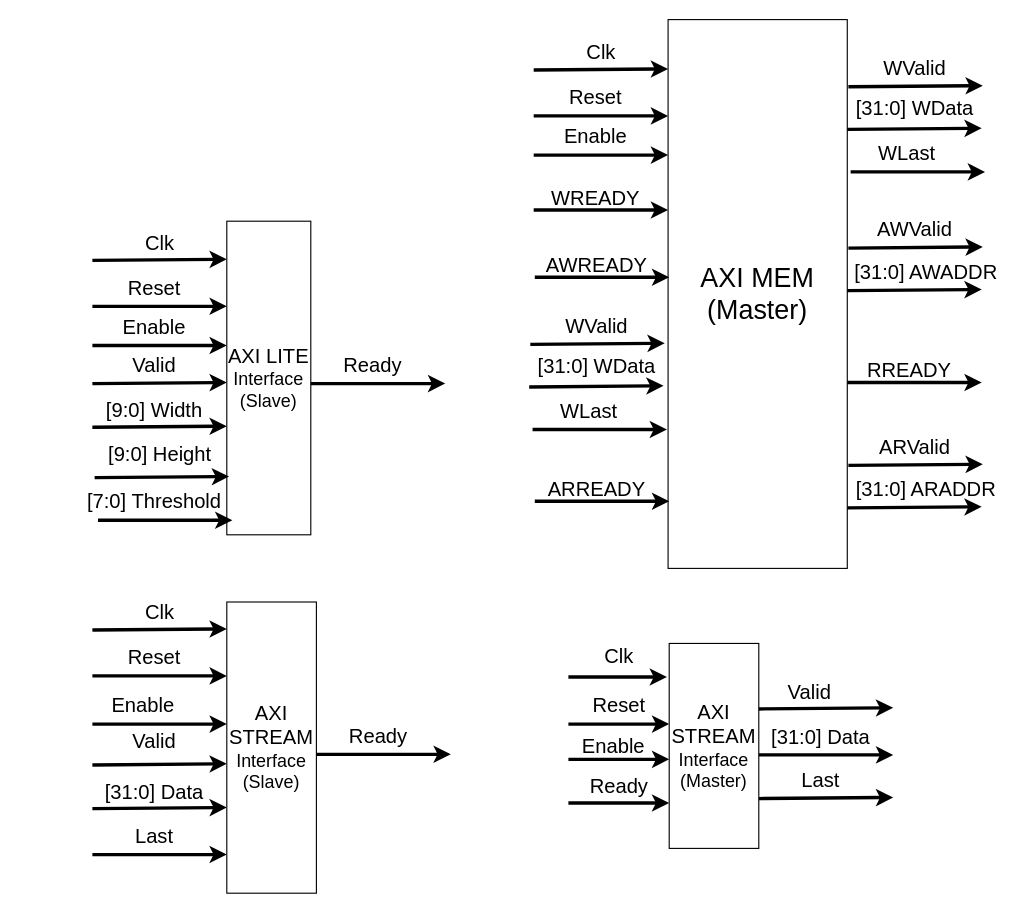
sabarioded/Hardware_for_Digital_Video_Motion_Detector keeps this draw.io diagram as drawings/AXI.drawio. Above is the earlier version. Source tidied: cells renumbered, new cells numbered last; positions are measured from the earlier drawing's top-left corner, leaving out a move shared by most shapes. Both pictures are drawn from the tidied source at 112%, with x=0, y=0 at pixel (75, 19).
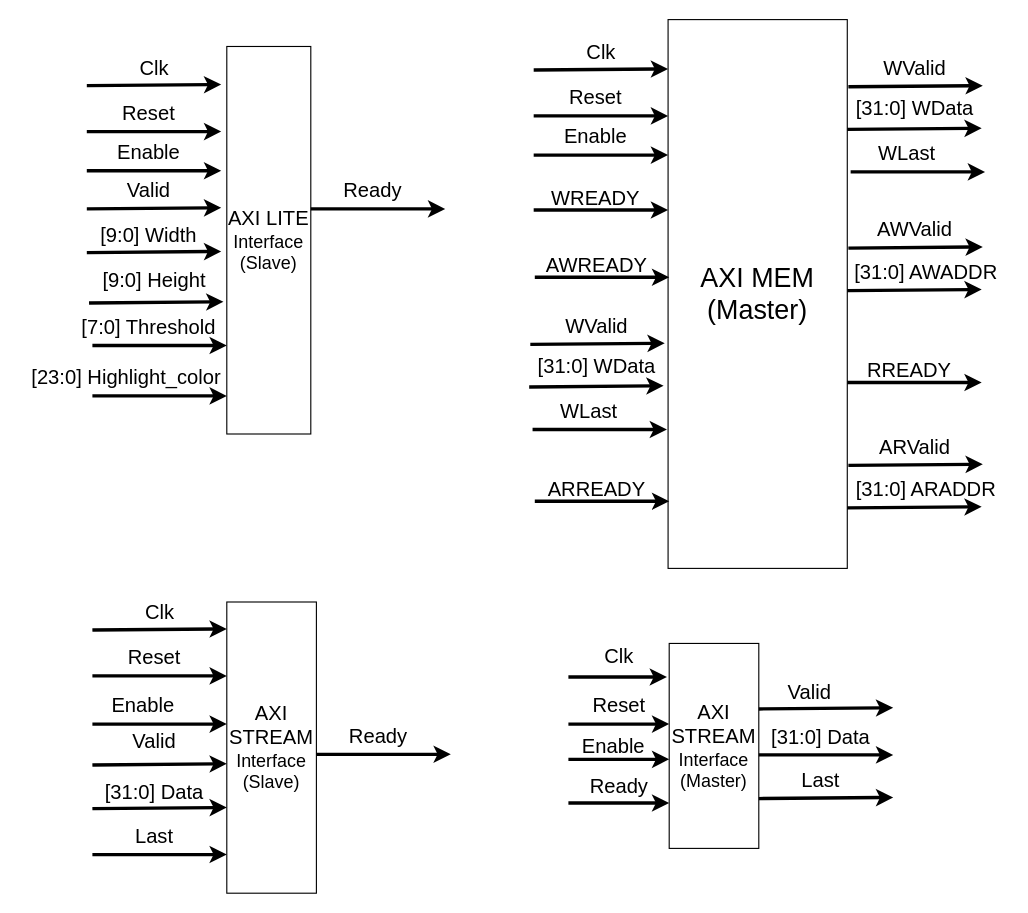
Above is the later version.

Change to the diagram source:
```diff
@@
     <mxCell id="3" value="&lt;font style=&quot;font-size: 18px;&quot;&gt;AXI LITE&lt;/font&gt;&lt;div&gt;&lt;font size=&quot;3&quot;&gt;Interface&lt;/font&gt;&lt;/div&gt;&lt;div&gt;&lt;font size=&quot;3&quot;&gt;(Slave)&lt;/font&gt;&lt;/div&gt;" style="whiteSpace=wrap;html=1;" parent="1" vertex="1">
-      <mxGeometry x="135" y="180" width="75" height="280" as="geometry" />
+      <mxGeometry x="135" y="24" width="75" height="346" as="geometry" />
     </mxCell>
@@
     <mxCell id="30" style="endArrow=classic;html=1;rounded=0;strokeWidth=3;" parent="1" edge="1">
       <mxGeometry relative="1" as="geometry">
-        <mxPoint x="15" y="215" as="sourcePoint" />
-        <mxPoint x="135" y="214" as="targetPoint" />
+        <mxPoint x="10" y="59" as="sourcePoint" />
+        <mxPoint x="130" y="58" as="targetPoint" />
       </mxGeometry>
     </mxCell>
     <mxCell id="31" value="&lt;font style=&quot;font-size: 18px;&quot;&gt;Clk&lt;/font&gt;" style="text;html=1;align=center;verticalAlign=middle;strokeColor=none;fillColor=none;" parent="1" vertex="1">
-      <mxGeometry x="50" y="180" width="50" height="40" as="geometry" />
+      <mxGeometry x="45" y="24" width="50" height="40" as="geometry" />
     </mxCell>
     <mxCell id="32" style="endArrow=classic;html=1;rounded=0;strokeWidth=3;" parent="1" edge="1">
       <mxGeometry relative="1" as="geometry">
-        <mxPoint x="15" y="256" as="sourcePoint" />
-        <mxPoint x="135" y="256" as="targetPoint" />
+        <mxPoint x="10" y="100" as="sourcePoint" />
+        <mxPoint x="130" y="100" as="targetPoint" />
       </mxGeometry>
     </mxCell>
     <mxCell id="33" value="&lt;span style=&quot;font-size: 18px;&quot;&gt;Reset&lt;/span&gt;" style="text;html=1;align=center;verticalAlign=middle;strokeColor=none;fillColor=none;" parent="1" vertex="1">
-      <mxGeometry x="35" y="220" width="70" height="40" as="geometry" />
+      <mxGeometry x="30" y="64" width="70" height="40" as="geometry" />
     </mxCell>
     <mxCell id="34" style="endArrow=classic;html=1;rounded=0;strokeWidth=3;" parent="1" edge="1">
       <mxGeometry relative="1" as="geometry">
-        <mxPoint x="15" y="325" as="sourcePoint" />
-        <mxPoint x="135" y="324" as="targetPoint" />
+        <mxPoint x="10" y="169" as="sourcePoint" />
+        <mxPoint x="130" y="168" as="targetPoint" />
       </mxGeometry>
     </mxCell>
     <mxCell id="35" value="&lt;font style=&quot;font-size: 18px;&quot;&gt;Valid&lt;/font&gt;" style="text;html=1;align=center;verticalAlign=middle;strokeColor=none;fillColor=none;" parent="1" vertex="1">
-      <mxGeometry x="40" y="289" width="60" height="40" as="geometry" />
+      <mxGeometry x="35" y="133" width="60" height="40" as="geometry" />
     </mxCell>
     <mxCell id="36" style="endArrow=classic;html=1;rounded=0;strokeWidth=3;" parent="1" edge="1">
       <mxGeometry relative="1" as="geometry">
-        <mxPoint x="15" y="364" as="sourcePoint" />
-        <mxPoint x="135" y="363" as="targetPoint" />
+        <mxPoint x="10" y="208" as="sourcePoint" />
+        <mxPoint x="130" y="207" as="targetPoint" />
       </mxGeometry>
     </mxCell>
     <mxCell id="37" value="&lt;span style=&quot;font-size: 18px;&quot;&gt;[9:0] Width&lt;/span&gt;" style="text;html=1;align=center;verticalAlign=middle;strokeColor=none;fillColor=none;" parent="1" vertex="1">
-      <mxGeometry x="15" y="329" width="110" height="40" as="geometry" />
+      <mxGeometry x="10" y="173" width="110" height="40" as="geometry" />
     </mxCell>
     <mxCell id="38" style="endArrow=classic;html=1;rounded=0;strokeWidth=3;" parent="1" edge="1">
       <mxGeometry relative="1" as="geometry">
-        <mxPoint x="210" y="325" as="sourcePoint" />
-        <mxPoint x="330" y="325" as="targetPoint" />
+        <mxPoint x="210" y="169" as="sourcePoint" />
+        <mxPoint x="330" y="169" as="targetPoint" />
       </mxGeometry>
     </mxCell>
     <mxCell id="39" value="&lt;span style=&quot;font-size: 18px;&quot;&gt;Ready&lt;/span&gt;" style="text;html=1;align=center;verticalAlign=middle;strokeColor=none;fillColor=none;" parent="1" vertex="1">
-      <mxGeometry x="225" y="289" width="80" height="40" as="geometry" />
+      <mxGeometry x="225" y="133" width="80" height="40" as="geometry" />
     </mxCell>
     <mxCell id="40" style="endArrow=classic;html=1;rounded=0;strokeWidth=3;" parent="1" edge="1">
       <mxGeometry relative="1" as="geometry">
-        <mxPoint x="17" y="409" as="sourcePoint" />
-        <mxPoint x="137" y="408" as="targetPoint" />
+        <mxPoint x="12" y="253" as="sourcePoint" />
+        <mxPoint x="132" y="252" as="targetPoint" />
       </mxGeometry>
     </mxCell>
     <mxCell id="41" value="&lt;span style=&quot;font-size: 18px;&quot;&gt;[9:0] Height&lt;/span&gt;" style="text;html=1;align=center;verticalAlign=middle;strokeColor=none;fillColor=none;" parent="1" vertex="1">
-      <mxGeometry x="15" y="369" width="120" height="40" as="geometry" />
+      <mxGeometry x="10" y="213" width="120" height="40" as="geometry" />
     </mxCell>
     <mxCell id="42" style="endArrow=classic;html=1;rounded=0;strokeWidth=3;" parent="1" edge="1">
       <mxGeometry relative="1" as="geometry">
-        <mxPoint x="20" y="447" as="sourcePoint" />
-        <mxPoint x="140" y="447" as="targetPoint" />
+        <mxPoint x="15" y="291" as="sourcePoint" />
+        <mxPoint x="135" y="291" as="targetPoint" />
       </mxGeometry>
     </mxCell>
     <mxCell id="43" value="&lt;span style=&quot;font-size: 18px;&quot;&gt;[7:0] Threshold&lt;/span&gt;" style="text;html=1;align=center;verticalAlign=middle;strokeColor=none;fillColor=none;" parent="1" vertex="1">
-      <mxGeometry y="411" width="140" height="40" as="geometry" />
+      <mxGeometry x="-5" y="255" width="140" height="40" as="geometry" />
     </mxCell>
     <mxCell id="44" style="endArrow=classic;html=1;rounded=0;strokeWidth=3;" parent="1" edge="1">
       <mxGeometry relative="1" as="geometry">
-        <mxPoint x="15" y="291" as="sourcePoint" />
-        <mxPoint x="135" y="291" as="targetPoint" />
+        <mxPoint x="10" y="135" as="sourcePoint" />
+        <mxPoint x="130" y="135" as="targetPoint" />
       </mxGeometry>
     </mxCell>
     <mxCell id="45" value="&lt;span style=&quot;font-size: 18px;&quot;&gt;Enable&lt;/span&gt;" style="text;html=1;align=center;verticalAlign=middle;strokeColor=none;fillColor=none;" parent="1" vertex="1">
-      <mxGeometry x="30" y="255" width="80" height="40" as="geometry" />
+      <mxGeometry x="25" y="99" width="80" height="40" as="geometry" />
     </mxCell>
@@
+    <mxCell id="84" style="endArrow=classic;html=1;rounded=0;strokeWidth=3;" parent="1" edge="1">
+      <mxGeometry relative="1" as="geometry">
+        <mxPoint x="15" y="336" as="sourcePoint" />
+        <mxPoint x="135" y="336" as="targetPoint" />
+      </mxGeometry>
+    </mxCell>
+    <mxCell id="85" value="&lt;span style=&quot;font-size: 18px;&quot;&gt;[23:0] Highlight_color&lt;/span&gt;" style="text;html=1;align=center;verticalAlign=middle;strokeColor=none;fillColor=none;" parent="1" vertex="1">
+      <mxGeometry x="-50" y="300" width="190" height="40" as="geometry" />
+    </mxCell>
```
